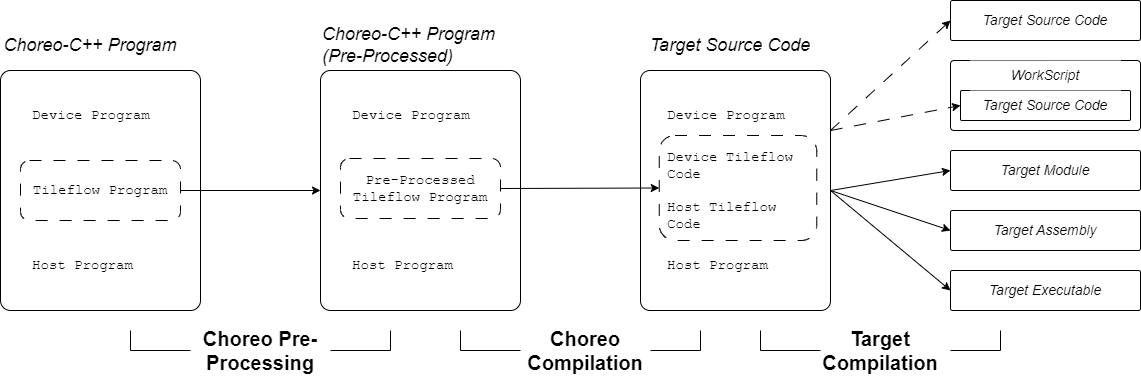
Earlier version of the draw.io export Documents/Documentation/assets/figures/compile-workflow.drawio.png (LancerLab/croqtile). Source tidied: cells renumbered, new cells last; positions are measured from the earlier drawing's top-left corner, leaving out a move shared by most shapes.
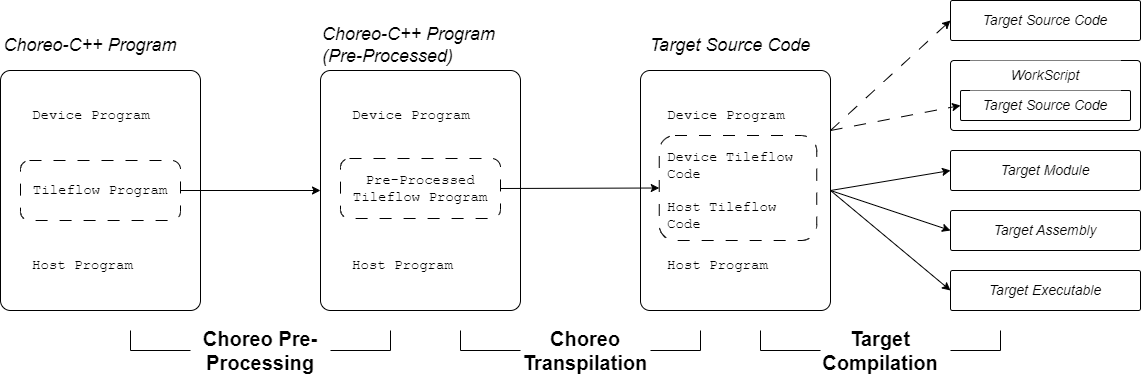
After the change.

What changed in the source:
```diff
@@ -41,7 +41,7 @@
     <mxCell id="14" style="endArrow=classic;html=1;rounded=0;exitX=1;exitY=0.5;exitDx=0;exitDy=0;entryX=0;entryY=0.5;entryDx=0;entryDy=0;" parent="1" edge="1" source="5" target="13">
       <mxGeometry relative="1" as="geometry" />
     </mxCell>
-    <mxCell id="15" value="&lt;b style=&quot;font-size: 20px;&quot;&gt;&lt;font style=&quot;font-size: 20px;&quot;&gt;Choreo Compilation&lt;/font&gt;&lt;/b&gt;" style="text;html=1;strokeColor=none;fillColor=none;align=center;verticalAlign=middle;whiteSpace=wrap;rounded=0;fontSize=20;" parent="1" vertex="1">
+    <mxCell id="15" value="&lt;b style=&quot;font-size: 20px;&quot;&gt;&lt;font style=&quot;font-size: 20px;&quot;&gt;Choreo Transpilation&lt;/font&gt;&lt;/b&gt;" style="text;html=1;strokeColor=none;fillColor=none;align=center;verticalAlign=middle;whiteSpace=wrap;rounded=0;fontSize=20;" parent="1" vertex="1">
       <mxGeometry x="500" y="320" width="170" height="60" as="geometry" />
     </mxCell>
     <mxCell id="16" value="Target Module" style="rounded=1;whiteSpace=wrap;html=1;arcSize=5;fontSize=14;fontStyle=2;" parent="1" vertex="1">
```
